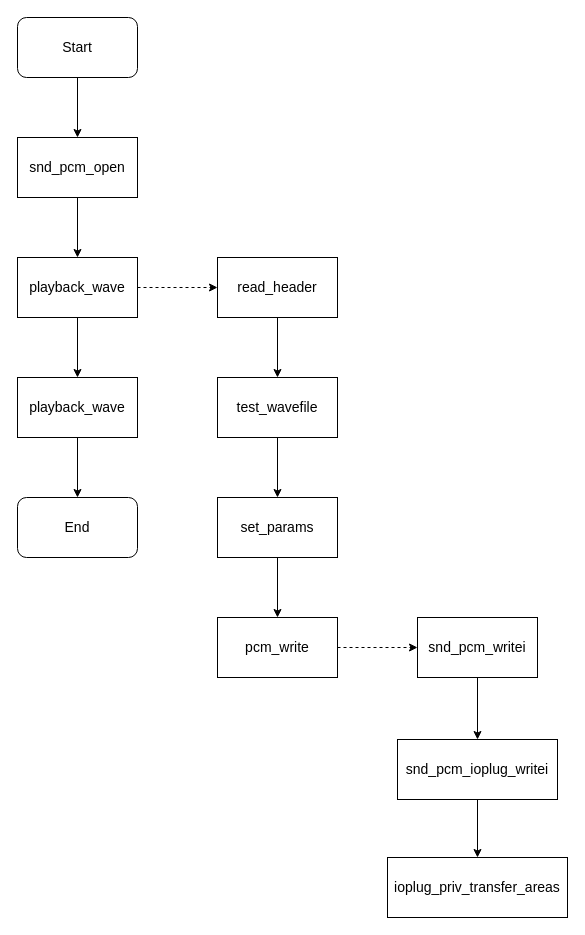
Before: alsa-lib.drawio in lishengyu/mk, a draw.io diagram. Source tidied: cells renumbered, new cells numbered last; positions are measured from the earlier drawing's top-left corner, leaving out a move shared by most shapes. Both pictures are drawn from the tidied source at 100%, with x=0, y=0 at pixel (17, 17).
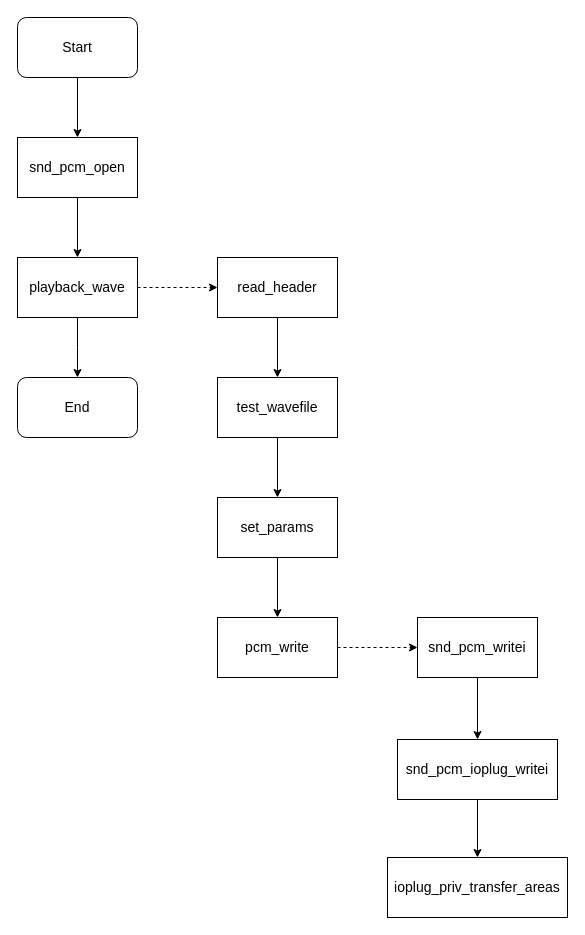
Above is the later version.

The change refers to these unchanged cells:
```xml
<mxCell id="8" value="playback_wave" style="rounded=0;whiteSpace=wrap;html=1;fontSize=14;gradientColor=none;" parent="1" vertex="1">
  <mxGeometry y="240" width="120" height="60" as="geometry" />
</mxCell>
```

Diff of the diagram source:
```diff
@@
-    <mxCell id="6" style="edgeStyle=orthogonalEdgeStyle;rounded=0;jettySize=auto;html=1;fontSize=14;" parent="1" edge="1" source="8" target="23">
-      <mxGeometry relative="1" as="geometry" />
+    <mxCell id="6" style="edgeStyle=orthogonalEdgeStyle;rounded=0;jettySize=auto;html=1;fontSize=14;" parent="1" edge="1" source="8">
+      <mxGeometry relative="1" as="geometry">
+        <mxPoint x="60" y="360" as="targetPoint" />
+      </mxGeometry>
     </mxCell>
@@
-    <mxCell id="22" style="edgeStyle=orthogonalEdgeStyle;rounded=0;jettySize=auto;html=1;fontSize=14;" parent="1" edge="1" source="23" target="24">
-      <mxGeometry relative="1" as="geometry" />
-    </mxCell>
-    <mxCell id="23" value="playback_wave" style="rounded=0;whiteSpace=wrap;html=1;fontSize=14;gradientColor=none;" parent="1" vertex="1">
-      <mxGeometry y="360" width="120" height="60" as="geometry" />
-    </mxCell>
     <mxCell id="24" value="End" style="rounded=1;whiteSpace=wrap;html=1;fontSize=14;gradientColor=none;" parent="1" vertex="1">
-      <mxGeometry y="480" width="120" height="60" as="geometry" />
+      <mxGeometry y="360" width="120" height="60" as="geometry" />
     </mxCell>
```
